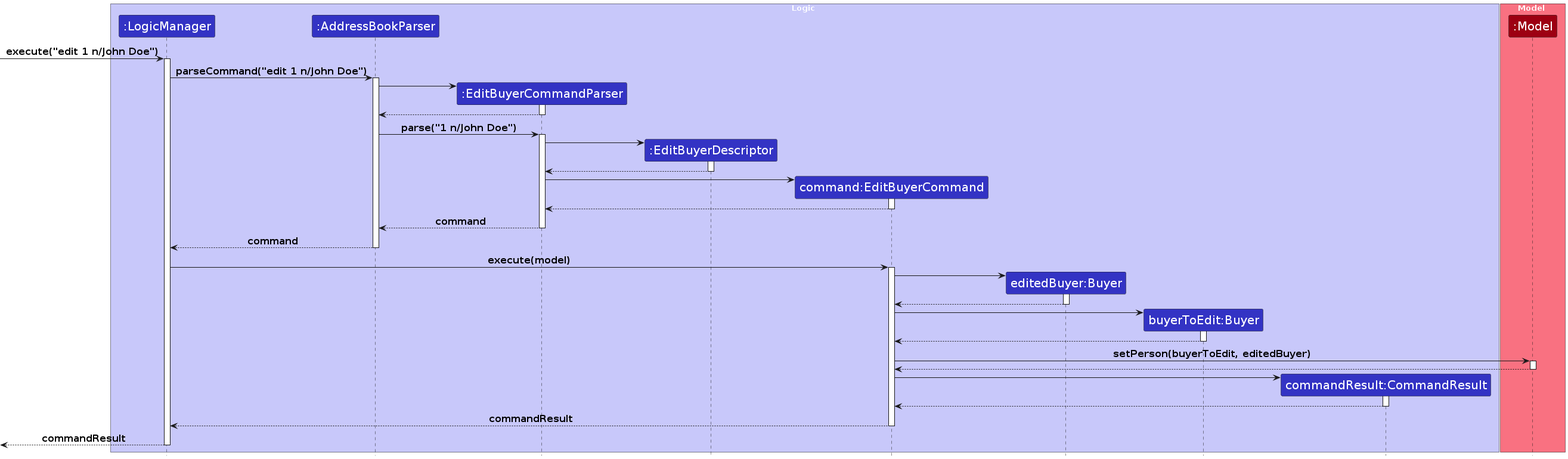
The PlantUML diagram diagrams/EditBuyerSequenceDiagram.png in lokidoki102/tp, before a commit. Its source is kept beside it as diagrams/EditBuyerSequenceDiagram.puml. The source it was exported from:
```plantuml
@startuml
!include style.puml
skinparam participantFontSize 20
skinparam arrowFontSize 16

box Logic LOGIC_COLOR_T1
participant ":LogicManager" as LogicManager LOGIC_COLOR
participant ":AddressBookParser" as AddressBookParser LOGIC_COLOR
participant ":EditBuyerCommandParser" as EditBuyerCommandParser LOGIC_COLOR
participant ":EditBuyerDescriptor" as EditBuyerDescriptor LOGIC_COLOR
participant "command:EditBuyerCommand" as EditBuyerCommand LOGIC_COLOR
participant "editedBuyer:Buyer" as EditedBuyer LOGIC_COLOR
participant "buyerToEdit:Buyer" as BuyerToEdit LOGIC_COLOR
participant "commandResult:CommandResult" as CommandResult LOGIC_COLOR

end box

box Model MODEL_COLOR_T1
participant ":Model" as Model MODEL_COLOR
end box

[-> LogicManager : execute("edit 1 n/John Doe")
activate LogicManager

LogicManager -> AddressBookParser : parseCommand("edit 1 n/John Doe")
activate AddressBookParser

create EditBuyerCommandParser
AddressBookParser -> EditBuyerCommandParser
activate EditBuyerCommandParser

EditBuyerCommandParser --> AddressBookParser
deactivate EditBuyerCommandParser

AddressBookParser -> EditBuyerCommandParser : parse("1 n/John Doe")
activate EditBuyerCommandParser

create EditBuyerDescriptor
EditBuyerCommandParser -> EditBuyerDescriptor
activate EditBuyerDescriptor

EditBuyerDescriptor --> EditBuyerCommandParser
deactivate EditBuyerDescriptor

create EditBuyerCommand
EditBuyerCommandParser -> EditBuyerCommand
activate EditBuyerCommand

EditBuyerCommand --> EditBuyerCommandParser
deactivate EditBuyerCommand

EditBuyerCommandParser --> AddressBookParser : command
deactivate EditBuyerCommandParser

AddressBookParser --> LogicManager : command
deactivate AddressBookParser

LogicManager -> EditBuyerCommand : execute(model)
activate EditBuyerCommand

create EditedBuyer
EditBuyerCommand -> EditedBuyer
activate EditedBuyer
EditedBuyer --> EditBuyerCommand
deactivate EditedBuyer

create BuyerToEdit
EditBuyerCommand -> BuyerToEdit
activate BuyerToEdit
BuyerToEdit --> EditBuyerCommand
deactivate BuyerToEdit

EditBuyerCommand -> Model : setPerson(buyerToEdit, editedBuyer)
activate Model

Model --> EditBuyerCommand
deactivate Model

create CommandResult
EditBuyerCommand -> CommandResult
activate CommandResult

CommandResult --> EditBuyerCommand
deactivate CommandResult

EditBuyerCommand --> LogicManager : commandResult
deactivate EditBuyerCommand

[<--LogicManager : commandResult
deactivate LogicManager
@enduml
```
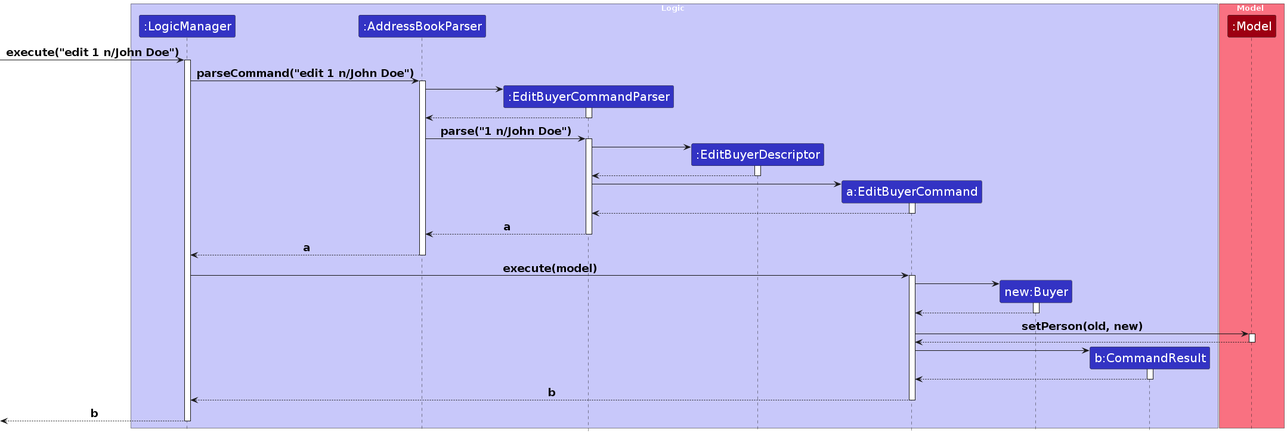
Later version of the same file.

Diff of the diagram source:
```diff
@@ -1,17 +1,16 @@
 @startuml
 !include style.puml
 skinparam participantFontSize 20
-skinparam arrowFontSize 16
+skinparam arrowFontSize 18
 
 box Logic LOGIC_COLOR_T1
 participant ":LogicManager" as LogicManager LOGIC_COLOR
 participant ":AddressBookParser" as AddressBookParser LOGIC_COLOR
 participant ":EditBuyerCommandParser" as EditBuyerCommandParser LOGIC_COLOR
 participant ":EditBuyerDescriptor" as EditBuyerDescriptor LOGIC_COLOR
-participant "command:EditBuyerCommand" as EditBuyerCommand LOGIC_COLOR
-participant "editedBuyer:Buyer" as EditedBuyer LOGIC_COLOR
-participant "buyerToEdit:Buyer" as BuyerToEdit LOGIC_COLOR
-participant "commandResult:CommandResult" as CommandResult LOGIC_COLOR
+participant "a:EditBuyerCommand" as EditBuyerCommand LOGIC_COLOR
+participant "new:Buyer" as EditedBuyer LOGIC_COLOR
+participant "b:CommandResult" as CommandResult LOGIC_COLOR
 
 end box
 
@@ -49,10 +48,10 @@
 EditBuyerCommand --> EditBuyerCommandParser
 deactivate EditBuyerCommand
 
-EditBuyerCommandParser --> AddressBookParser : command
+EditBuyerCommandParser --> AddressBookParser : a
 deactivate EditBuyerCommandParser
 
-AddressBookParser --> LogicManager : command
+AddressBookParser --> LogicManager : a
 deactivate AddressBookParser
 
 LogicManager -> EditBuyerCommand : execute(model)
@@ -64,13 +63,7 @@
 EditedBuyer --> EditBuyerCommand
 deactivate EditedBuyer
 
-create BuyerToEdit
-EditBuyerCommand -> BuyerToEdit
-activate BuyerToEdit
-BuyerToEdit --> EditBuyerCommand
-deactivate BuyerToEdit
-
-EditBuyerCommand -> Model : setPerson(buyerToEdit, editedBuyer)
+EditBuyerCommand -> Model : setPerson(old, new)
 activate Model
 
 Model --> EditBuyerCommand
@@ -83,9 +76,9 @@
 CommandResult --> EditBuyerCommand
 deactivate CommandResult
 
-EditBuyerCommand --> LogicManager : commandResult
+EditBuyerCommand --> LogicManager : b
 deactivate EditBuyerCommand
 
-[<--LogicManager : commandResult
+[<--LogicManager : b
 deactivate LogicManager
 @enduml
```
